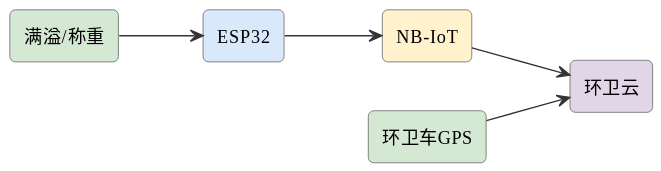
Before: assets/diagrams/ideas-fig104.svg, a diagram exported from PlantUML (mingyi0818/IntelligentMcuCourse).
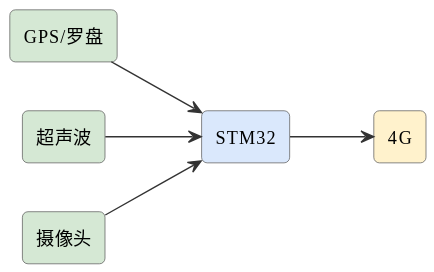
The same diagram one commit later.

Change to the diagram source:
```diff
@@ -6,13 +6,13 @@
 skinparam arrowFontSize 11
 skinparam arrowColor #333
 left to right direction
-rectangle "满溢/称重" as fill #d5e8d4
-rectangle "ESP32" as esp #dae8fc
-rectangle "NB-IoT" as nb #fff2cc
-rectangle "环卫车GPS" as gps #d5e8d4
-rectangle "环卫云" as cloud #e1d5e8
-fill --> esp
-esp --> nb
-nb --> cloud
-gps --> cloud
+rectangle "GPS/罗盘" as gps #d5e8d4
+rectangle "超声波" as ult #d5e8d4
+rectangle "STM32" as stm #dae8fc
+rectangle "摄像头" as cam #d5e8d4
+rectangle "4G" as g #fff2cc
+gps --> stm
+ult --> stm
+cam --> stm
+stm --> g
 @enduml
```
